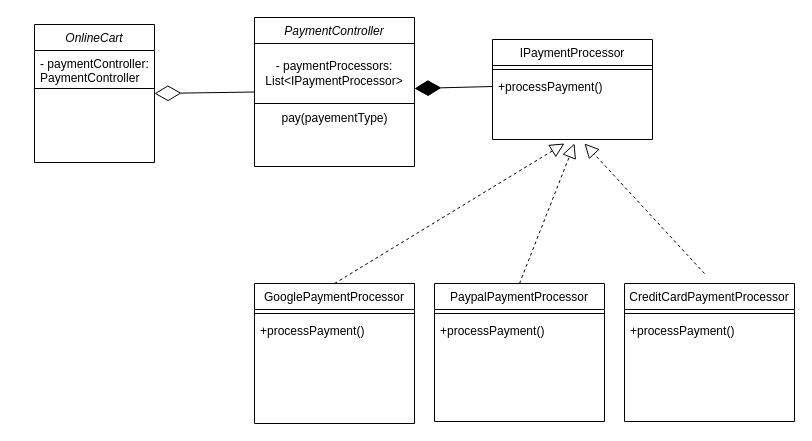
Earlier version of the draw.io diagram Untitled Diagram.drawio (sisirkp/philips-july-dp-2022). Source tidied: cells renumbered, new cells numbered last; positions are measured from the earlier drawing's top-left corner, leaving out a move shared by most shapes. Both pictures are drawn from the tidied source at 100%, with x=0, y=0 at pixel (34, 17).
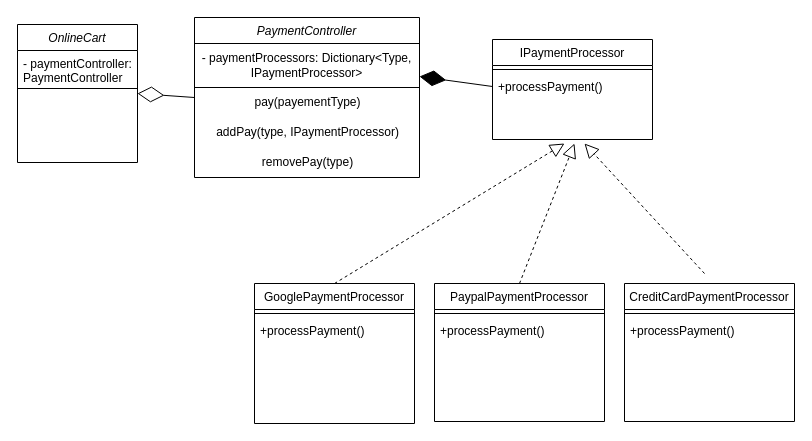
The same diagram, later.

What changed in the source:
```diff
@@
     <mxCell id="2" value="OnlineCart" style="swimlane;fontStyle=2;align=center;verticalAlign=top;horizontal=1;startSize=26;rounded=0;shadow=0;strokeWidth=1;" parent="1" vertex="1">
-      <mxGeometry y="7" width="120" height="138" as="geometry" />
+      <mxGeometry x="-17" y="7" width="120" height="138" as="geometry" />
     </mxCell>
@@
     <mxCell id="20" value="PaymentController" style="swimlane;fontStyle=2;align=center;verticalAlign=top;horizontal=1;startSize=26;rounded=0;shadow=0;strokeWidth=1;" parent="1" vertex="1">
-      <mxGeometry x="220" width="160" height="149" as="geometry" />
+      <mxGeometry x="160" width="225" height="160" as="geometry" />
     </mxCell>
-    <mxCell id="21" value="- paymentProcessors: List&amp;lt;IPaymentProcessor&amp;gt;" style="whiteSpace=wrap;html=1;" parent="20" vertex="1">
-      <mxGeometry y="26" width="160" height="60" as="geometry" />
+    <mxCell id="21" value="- paymentProcessors: Dictionary&amp;lt;Type, IPaymentProcessor&amp;gt;" style="whiteSpace=wrap;html=1;" parent="20" vertex="1">
+      <mxGeometry y="26" width="225" height="44" as="geometry" />
     </mxCell>
@@
     <mxCell id="23" value="pay(payementType)" style="text;html=1;align=center;verticalAlign=middle;strokeColor=none;fillColor=none;" parent="20" vertex="1">
-      <mxGeometry y="86" width="160" height="30" as="geometry" />
+      <mxGeometry y="70" width="225" height="30" as="geometry" />
     </mxCell>
+    <mxCell id="26" value="addPay(type, IPaymentProcessor)" style="text;html=1;align=center;verticalAlign=middle;strokeColor=none;fillColor=none;" parent="20" vertex="1">
+      <mxGeometry y="100" width="225" height="30" as="geometry" />
+    </mxCell>
+    <mxCell id="27" value="removePay(type)" style="text;html=1;align=center;verticalAlign=middle;strokeColor=none;fillColor=none;" parent="20" vertex="1">
+      <mxGeometry y="130" width="225" height="30" as="geometry" />
+    </mxCell>
```
